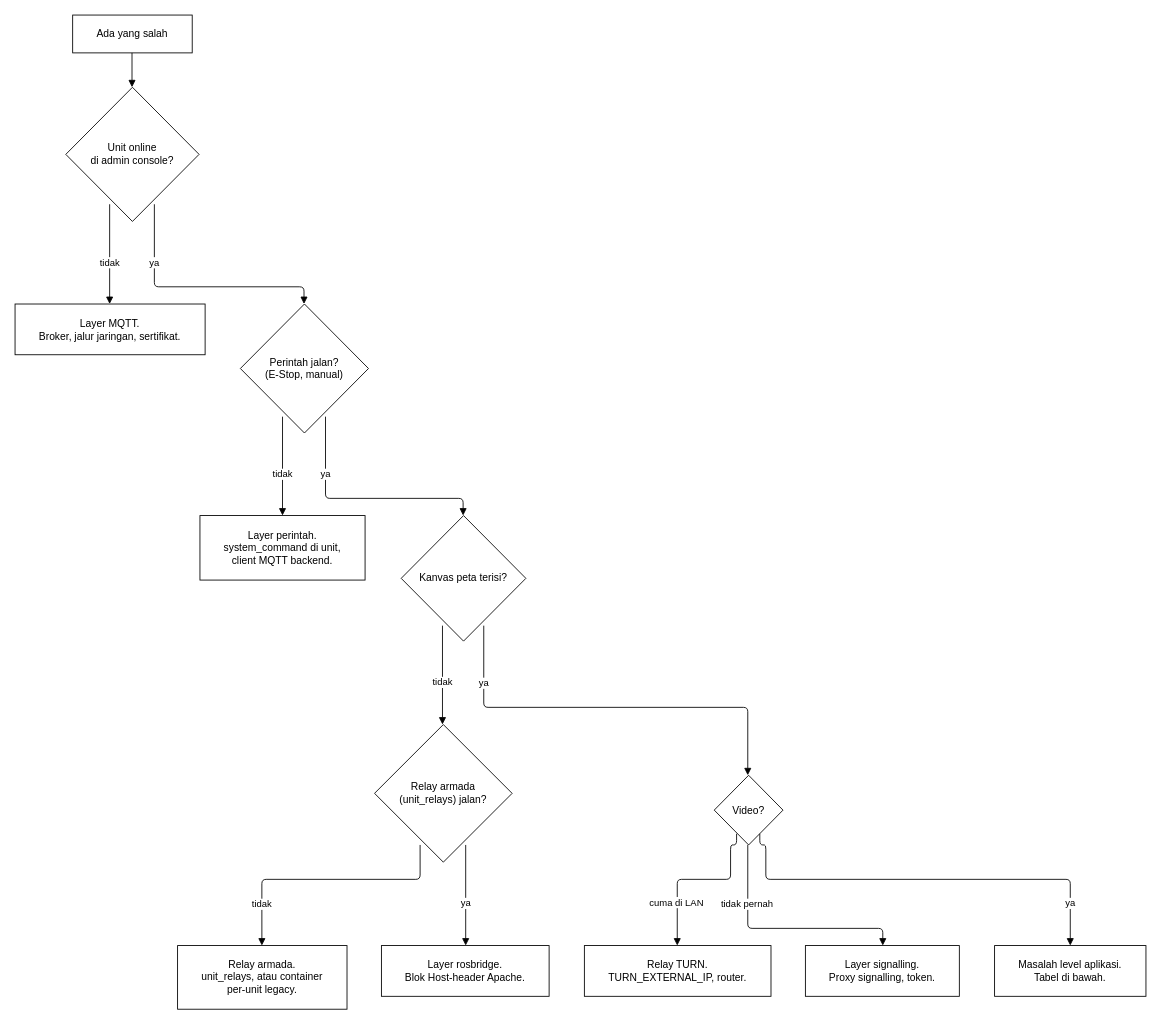
itbdelaboprogramming/msd700_documentation keeps this draw.io diagram as docs/id/setup/diagrams/troubleshooting-start-here-which-layer-is-broken.drawio. Above is the earlier version. Source tidied: cells renumbered, new cells numbered last; positions are measured from the earlier drawing's top-left corner, leaving out a move shared by most shapes. Both pictures are drawn from the tidied source at 86%, with x=0, y=0 at pixel (15, 15).
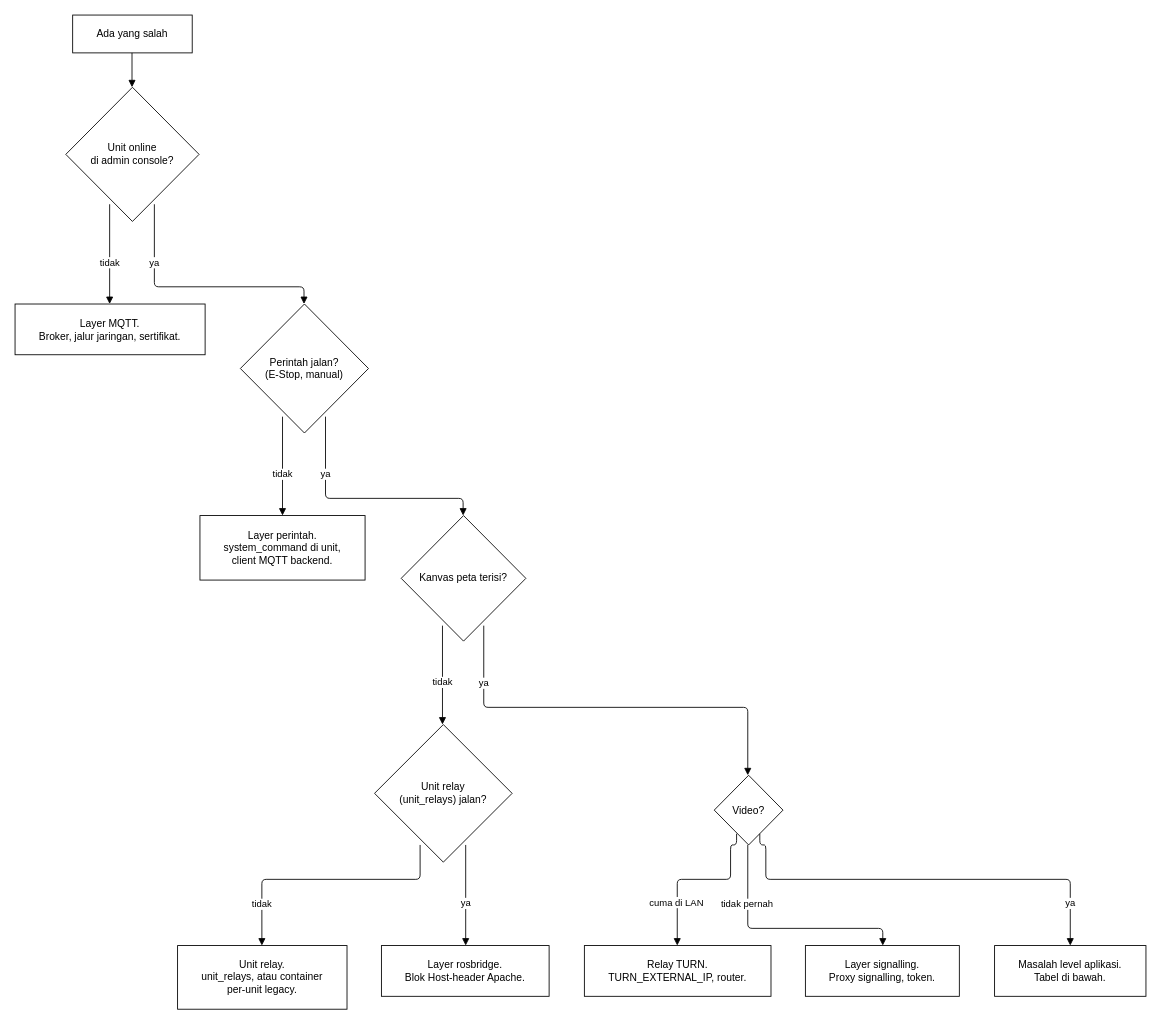
After the change.

Change to the diagram source:
```diff
@@
-    <mxCell id="8" value="Relay armada&lt;br&gt;(unit_relays) jalan?" style="html=1;whiteSpace=wrap;fillColor=#ffffff;strokeColor=#000000;rhombus;fontFamily=Helvetica;fontSize=12;fontColor=#000000;" parent="1" vertex="1">
+    <mxCell id="8" value="Unit relay&lt;br&gt;(unit_relays) jalan?" style="html=1;whiteSpace=wrap;fillColor=#ffffff;strokeColor=#000000;rhombus;fontFamily=Helvetica;fontSize=12;fontColor=#000000;" parent="1" vertex="1">
       <mxGeometry x="418" y="825" width="160" height="160" as="geometry" />
     </mxCell>
-    <mxCell id="9" value="Relay armada.&lt;br&gt;unit_relays, atau container&lt;br&gt;per-unit legacy." style="html=1;whiteSpace=wrap;fillColor=#ffffff;strokeColor=#000000;rounded=0;fontFamily=Helvetica;fontSize=12;fontColor=#000000;" parent="1" vertex="1">
+    <mxCell id="9" value="Unit relay.&lt;br&gt;unit_relays, atau container&lt;br&gt;per-unit legacy." style="html=1;whiteSpace=wrap;fillColor=#ffffff;strokeColor=#000000;rounded=0;fontFamily=Helvetica;fontSize=12;fontColor=#000000;" parent="1" vertex="1">
       <mxGeometry x="189" y="1082" width="197" height="74" as="geometry" />
     </mxCell>
```
